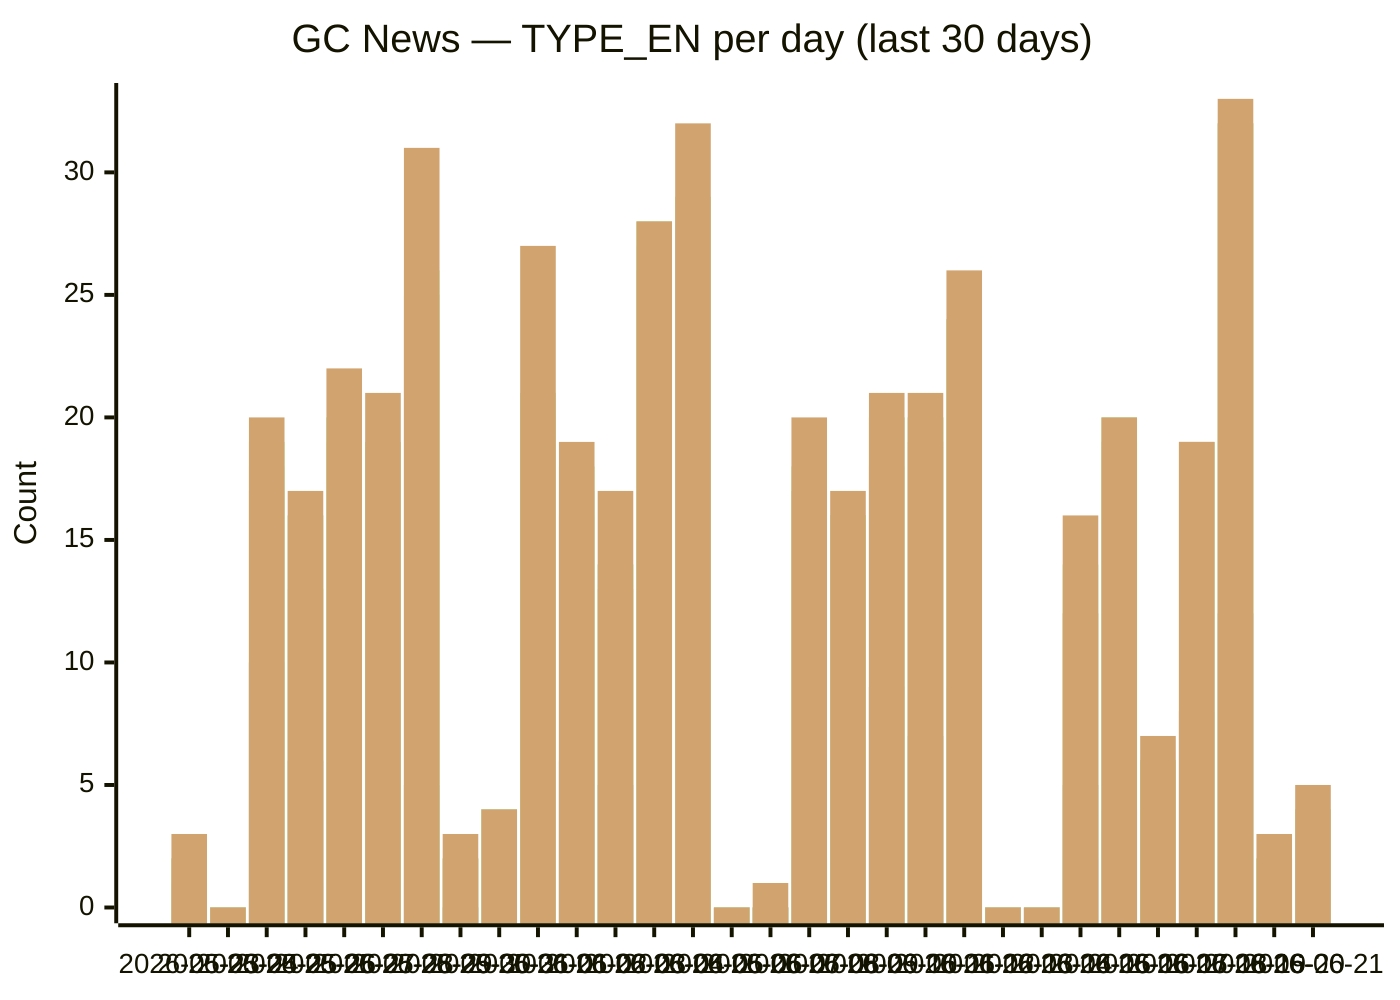
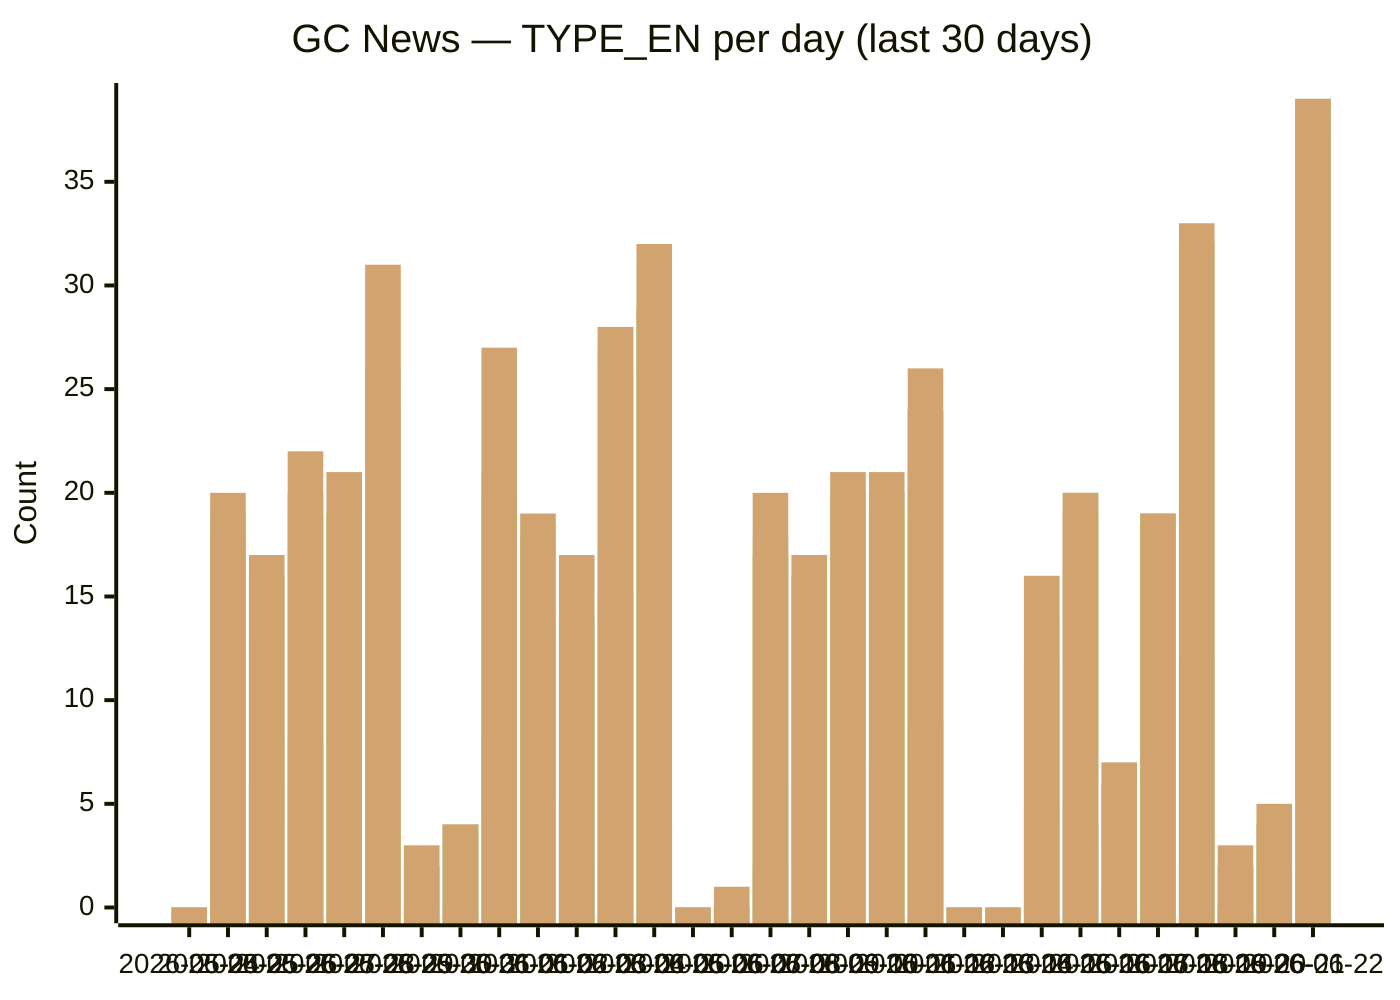
xychart-beta
  title "GC News — TYPE_EN per day (last 30 days)"
-   x-axis [2026-05-23, 2026-05-24, 2026-05-25, 2026-05-26, 2026-05-27, 2026-05-28, 2026-05-29, 2026-05-30, 2026-05-31, 2026-06-01, 2026-06-02, 2026-06-03, 2026-06-04, 2026-06-05, 2026-06-06, 2026-06-07, 2026-06-08, 2026-06-09, 2026-06-10, 2026-06-11, 2026-06-12, 2026-06-13, 2026-06-14, 2026-06-15, 2026-06-16, 2026-06-17, 2026-06-18, 2026-06-19, 2026-06-20, 2026-06-21]
-   y-axis "Count" 0 --> 33
-   bar backgrounders [0, 0, 6, 1, 4, 1, 1, 0, 0, 5, 2, 2, 2, 0, 0, 0, 0, 3, 2, 0, 3, 0, 0, 2, 3, 1, 2, 2, 0, 0]
-   bar "media advisories" [1, 0, 10, 6, 8, 5, 5, 0, 4, 8, 6, 5, 15, 4, 0, 0, 2, 6, 9, 7, 9, 0, 0, 5, 4, 1, 8, 12, 0, 2]
-   bar "news releases" [2, 0, 17, 13, 19, 19, 24, 2, 4, 20, 16, 13, 26, 28, 0, 0, 17, 16, 18, 19, 24, 0, 0, 12, 19, 6, 19, 32, 2, 4]
-   bar readouts [2, 0, 18, 16, 20, 19, 25, 2, 4, 21, 17, 14, 27, 29, 0, 0, 17, 16, 20, 20, 24, 0, 0, 12, 19, 6, 19, 32, 2, 4]
-   bar speeches [2, 0, 19, 16, 20, 19, 26, 2, 4, 21, 18, 14, 28, 29, 0, 0, 18, 16, 20, 20, 24, 0, 0, 14, 20, 6, 19, 32, 2, 4]
-   bar statements [3, 0, 20, 17, 22, 21, 31, 3, 4, 27, 19, 17, 28, 32, 0, 1, 20, 17, 21, 21, 26, 0, 0, 16, 20, 7, 19, 33, 3, 5]
+   x-axis [2026-05-24, 2026-05-25, 2026-05-26, 2026-05-27, 2026-05-28, 2026-05-29, 2026-05-30, 2026-05-31, 2026-06-01, 2026-06-02, 2026-06-03, 2026-06-04, 2026-06-05, 2026-06-06, 2026-06-07, 2026-06-08, 2026-06-09, 2026-06-10, 2026-06-11, 2026-06-12, 2026-06-13, 2026-06-14, 2026-06-15, 2026-06-16, 2026-06-17, 2026-06-18, 2026-06-19, 2026-06-20, 2026-06-21, 2026-06-22]
+   y-axis "Count" 0 --> 39
+   bar backgrounders [0, 6, 1, 4, 1, 1, 0, 0, 5, 2, 2, 2, 0, 0, 0, 0, 3, 2, 0, 3, 0, 0, 2, 3, 1, 2, 2, 0, 0, 3]
+   bar "media advisories" [0, 10, 6, 8, 5, 5, 0, 4, 8, 6, 5, 15, 4, 0, 0, 2, 6, 9, 7, 9, 0, 0, 5, 4, 1, 8, 12, 0, 2, 16]
+   bar "news releases" [0, 17, 13, 19, 19, 24, 2, 4, 20, 16, 13, 26, 28, 0, 0, 17, 16, 18, 19, 24, 0, 0, 12, 19, 6, 19, 32, 2, 4, 37]
+   bar readouts [0, 18, 16, 20, 19, 25, 2, 4, 21, 17, 14, 27, 29, 0, 0, 17, 16, 20, 20, 24, 0, 0, 12, 19, 6, 19, 32, 2, 4, 39]
+   bar speeches [0, 19, 16, 20, 19, 26, 2, 4, 21, 18, 14, 28, 29, 0, 0, 18, 16, 20, 20, 24, 0, 0, 14, 20, 6, 19, 32, 2, 4, 39]
+   bar statements [0, 20, 17, 22, 21, 31, 3, 4, 27, 19, 17, 28, 32, 0, 1, 20, 17, 21, 21, 26, 0, 0, 16, 20, 7, 19, 33, 3, 5, 39]
